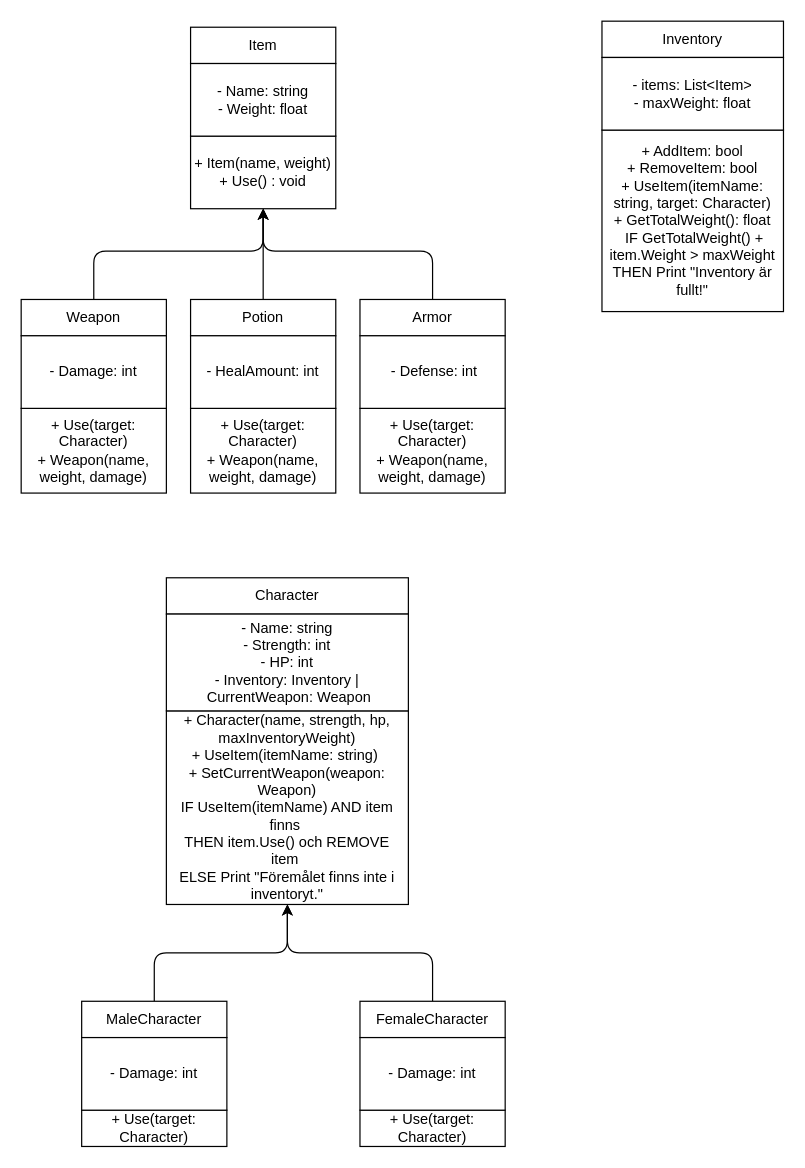
Above: Projekt 1 – Vinterprojektet/tabell.drawio in te22c-abdulleiid-amira/Projekt-1---Vinterprojektet (draw.io), before the change. Source tidied: cells renumbered, new cells numbered last; positions are measured from the earlier drawing's top-left corner, leaving out a move shared by most shapes. Both pictures are drawn from the tidied source at 121%, with x=0, y=0 at pixel (21, 21).
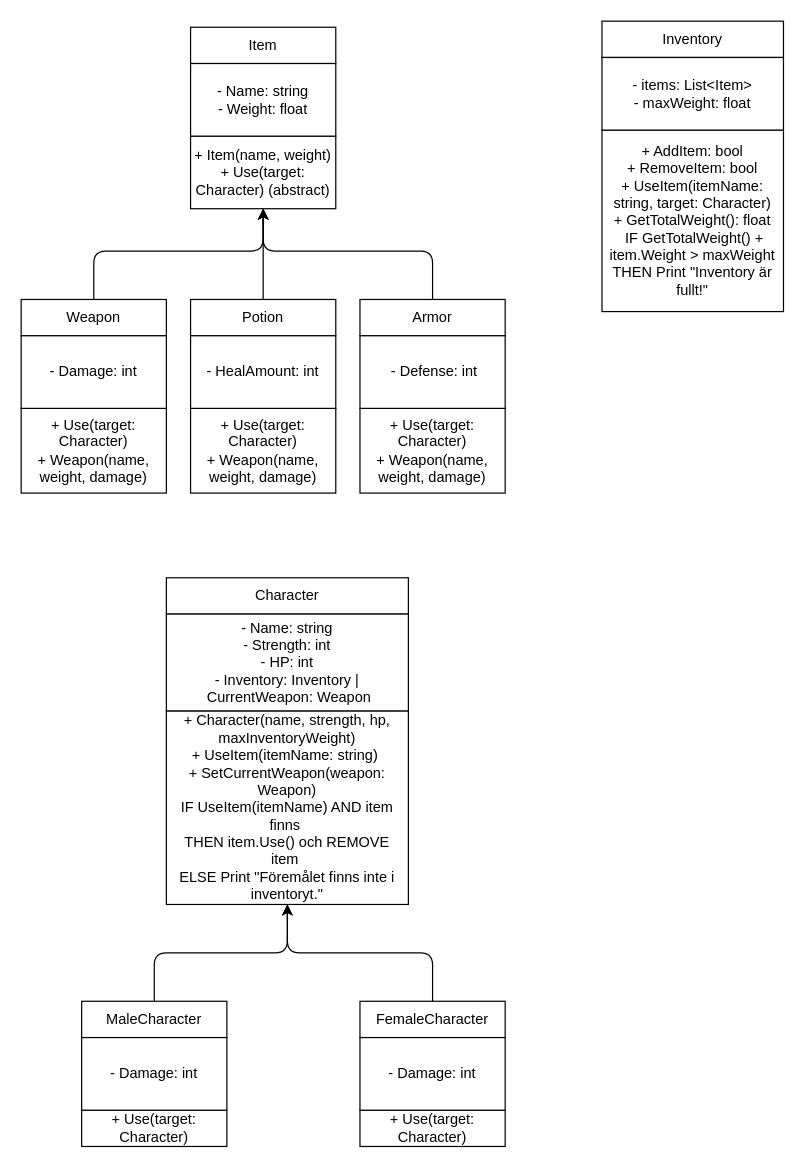
The same diagram, later.

What changed in the source:
```diff
@@
-    <mxCell id="3" value="+ Item(name, weight)&lt;div&gt;&lt;div&gt;+ Use() : void&lt;/div&gt;&lt;/div&gt;" style="rounded=0;whiteSpace=wrap;html=1;" parent="1" vertex="1">
+    <mxCell id="3" value="+ Item(name, weight)&lt;div&gt;&lt;div&gt;+ Use(target: Character) (abstract)&lt;/div&gt;&lt;/div&gt;" style="rounded=0;whiteSpace=wrap;html=1;" parent="1" vertex="1">
       <mxGeometry x="140" y="95" width="120" height="60" as="geometry" />
     </mxCell>
```
